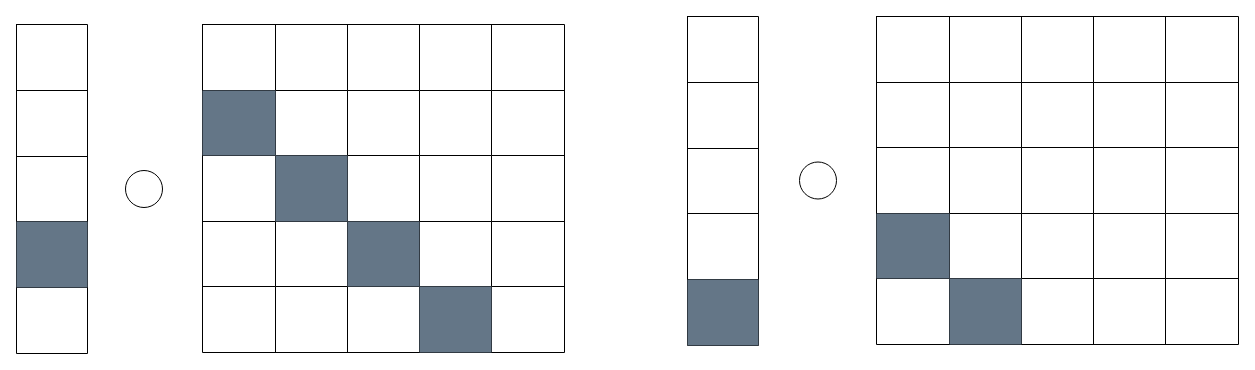
Earlier version of the draw.io diagram recall.drawio (flyingkukri/thesis). Source tidied: cells renumbered, new cells numbered last; positions are measured from the earlier drawing's top-left corner, leaving out a move shared by most shapes. Both pictures are drawn from the tidied source at 100%, with x=0, y=0 at pixel (16, 16).
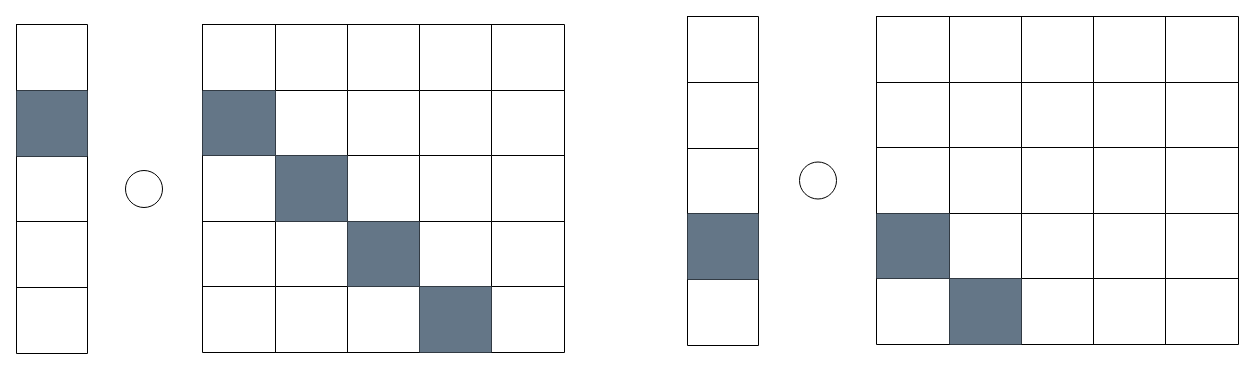
The same diagram, later.

The change refers to these unchanged cells:
```xml
<mxCell id="71" style="shape=tableRow;horizontal=0;startSize=0;swimlaneHead=0;swimlaneBody=0;strokeColor=inherit;top=0;left=0;bottom=0;right=0;fillColor=none;" parent="64" vertex="1">
  <mxGeometry y="197" width="71" height="66" as="geometry" />
</mxCell>
<mxCell id="73" style="shape=tableRow;horizontal=0;startSize=0;swimlaneHead=0;swimlaneBody=0;strokeColor=inherit;top=0;left=0;bottom=0;right=0;fillColor=none;" parent="64" vertex="1">
  <mxGeometry y="263" width="71" height="66" as="geometry" />
</mxCell>
<mxCell id="78" style="shape=tableRow;horizontal=0;startSize=0;swimlaneHead=0;swimlaneBody=0;strokeColor=inherit;top=0;left=0;bottom=0;right=0;fillColor=none;" parent="75" vertex="1">
  <mxGeometry y="66" width="71" height="66" as="geometry" />
</mxCell>
<mxCell id="82" style="shape=tableRow;horizontal=0;startSize=0;swimlaneHead=0;swimlaneBody=0;strokeColor=inherit;top=0;left=0;bottom=0;right=0;fillColor=none;" parent="75" vertex="1">
  <mxGeometry y="197" width="71" height="66" as="geometry" />
</mxCell>
```

Change to the diagram source:
```diff
@@
-    <mxCell id="72" style="shape=partialRectangle;html=1;whiteSpace=wrap;strokeColor=inherit;overflow=hidden;fillColor=none;top=0;left=0;bottom=0;right=0;fontSize=16;" parent="71" vertex="1">
+    <mxCell id="72" style="shape=partialRectangle;html=1;whiteSpace=wrap;strokeColor=#314354;overflow=hidden;fillColor=#647687;top=0;left=0;bottom=0;right=0;fontSize=16;fontColor=#ffffff;" parent="71" vertex="1">
       <mxGeometry width="71" height="66" as="geometry" />
     </mxCell>
@@
-    <mxCell id="74" style="shape=partialRectangle;html=1;whiteSpace=wrap;strokeColor=#314354;overflow=hidden;fillColor=#647687;top=0;left=0;bottom=0;right=0;fontSize=16;fontColor=#ffffff;" parent="73" vertex="1">
+    <mxCell id="74" style="shape=partialRectangle;html=1;whiteSpace=wrap;strokeColor=#314354;overflow=hidden;fillColor=none;top=0;left=0;bottom=0;right=0;fontSize=16;fontColor=#ffffff;" parent="73" vertex="1">
       <mxGeometry width="71" height="66" as="geometry" />
     </mxCell>
@@
-    <mxCell id="79" style="shape=partialRectangle;html=1;whiteSpace=wrap;strokeColor=inherit;overflow=hidden;fillColor=none;top=0;left=0;bottom=0;right=0;fontSize=16;" parent="78" vertex="1">
+    <mxCell id="79" style="shape=partialRectangle;html=1;whiteSpace=wrap;strokeColor=#314354;overflow=hidden;fillColor=#647687;top=0;left=0;bottom=0;right=0;fontSize=16;fontColor=#ffffff;" parent="78" vertex="1">
       <mxGeometry width="71" height="66" as="geometry" />
     </mxCell>
@@
-    <mxCell id="83" style="shape=partialRectangle;html=1;whiteSpace=wrap;strokeColor=#314354;overflow=hidden;fillColor=#647687;top=0;left=0;bottom=0;right=0;fontSize=16;fontColor=#ffffff;" parent="82" vertex="1">
+    <mxCell id="83" style="shape=partialRectangle;html=1;whiteSpace=wrap;overflow=hidden;top=0;left=0;bottom=0;right=0;fontSize=16;fillColor=none;" parent="82" vertex="1">
       <mxGeometry width="71" height="66" as="geometry" />
     </mxCell>
```
